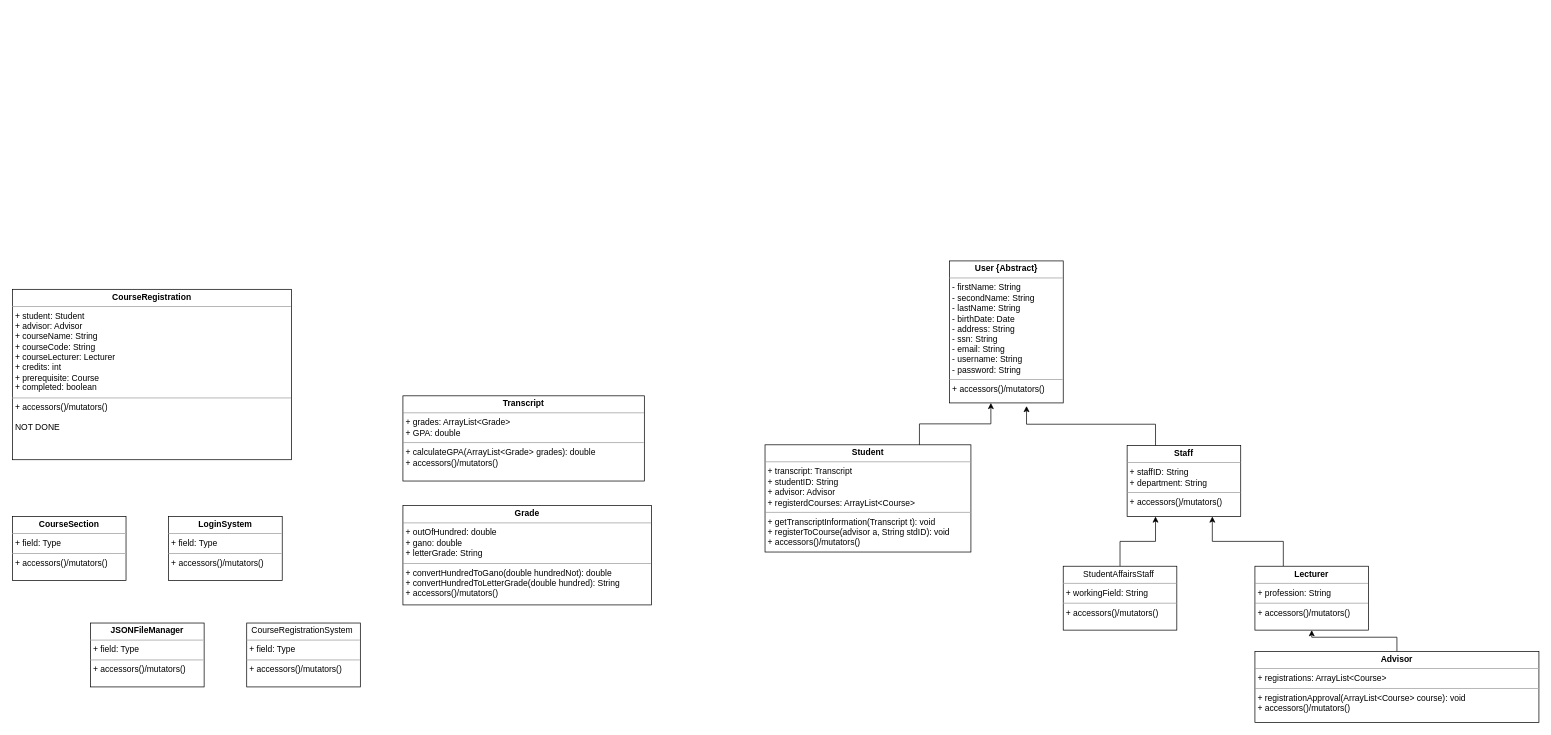
yigittuncer07/CSE3063F23P1_GRP9 keeps this draw.io diagram as Iteration_1/UML.drawio. Above is the earlier version. Source tidied: cells renumbered, new cells numbered last; positions are measured from the earlier drawing's top-left corner, leaving out a move shared by most shapes. Both pictures are drawn from the tidied source at 71%, with x=0, y=0 at pixel (12, 261).
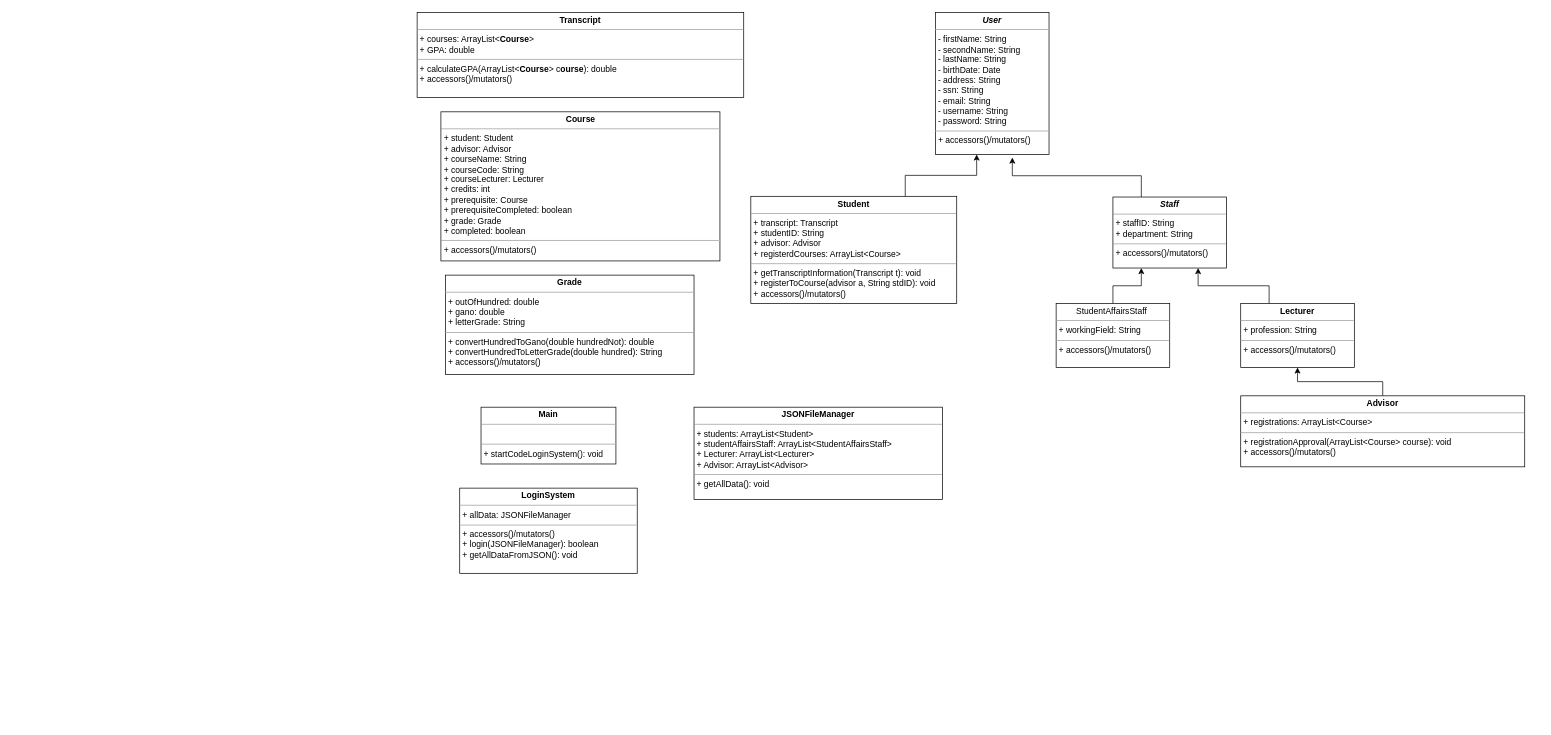
After the change.

Commit message:
UML diagram updated

Change to the diagram source:
```diff
@@
 <mxGraphModel>
   <root>
     <mxCell id="0" />
     <mxCell id="1" parent="0" />
-    <mxCell id="2" value="&lt;p style=&quot;margin:0px;margin-top:4px;text-align:center;&quot;&gt;&lt;b&gt;User {Abstract}&lt;/b&gt;&lt;/p&gt;&lt;hr size=&quot;1&quot;&gt;&lt;p style=&quot;margin:0px;margin-left:4px;&quot;&gt;- firstName: String&lt;/p&gt;&lt;p style=&quot;margin:0px;margin-left:4px;&quot;&gt;- secondName: String&lt;/p&gt;&lt;p style=&quot;margin:0px;margin-left:4px;&quot;&gt;-&amp;nbsp;&lt;span style=&quot;background-color: initial;&quot;&gt;lastName: String&lt;/span&gt;&lt;/p&gt;&lt;p style=&quot;border-color: var(--border-color); margin: 0px 0px 0px 4px;&quot;&gt;- birthDate: Date&lt;/p&gt;&lt;p style=&quot;margin:0px;margin-left:4px;&quot;&gt;- address: String&lt;/p&gt;&lt;p style=&quot;margin:0px;margin-left:4px;&quot;&gt;- ssn: String&lt;/p&gt;&lt;p style=&quot;margin:0px;margin-left:4px;&quot;&gt;- email: String&lt;/p&gt;&lt;p style=&quot;margin:0px;margin-left:4px;&quot;&gt;- username: String&lt;/p&gt;&lt;p style=&quot;margin:0px;margin-left:4px;&quot;&gt;- password: String&lt;/p&gt;&lt;hr size=&quot;1&quot;&gt;&lt;p style=&quot;margin:0px;margin-left:4px;&quot;&gt;+ accessors()/mutators()&lt;/p&gt;" style="verticalAlign=top;align=left;overflow=fill;fontSize=12;fontFamily=Helvetica;html=1;whiteSpace=wrap;" parent="1" vertex="1">
-      <mxGeometry x="1320" width="160" height="200" as="geometry" />
+    <mxCell id="2" value="&lt;p style=&quot;margin:0px;margin-top:4px;text-align:center;&quot;&gt;&lt;b&gt;&lt;i&gt;User&lt;/i&gt;&lt;/b&gt;&lt;/p&gt;&lt;hr size=&quot;1&quot;&gt;&lt;p style=&quot;margin:0px;margin-left:4px;&quot;&gt;- firstName: String&lt;/p&gt;&lt;p style=&quot;margin:0px;margin-left:4px;&quot;&gt;- secondName: String&lt;/p&gt;&lt;p style=&quot;margin:0px;margin-left:4px;&quot;&gt;-&amp;nbsp;&lt;span style=&quot;background-color: initial;&quot;&gt;lastName: String&lt;/span&gt;&lt;/p&gt;&lt;p style=&quot;border-color: var(--border-color); margin: 0px 0px 0px 4px;&quot;&gt;- birthDate: Date&lt;/p&gt;&lt;p style=&quot;margin:0px;margin-left:4px;&quot;&gt;- address: String&lt;/p&gt;&lt;p style=&quot;margin:0px;margin-left:4px;&quot;&gt;- ssn: String&lt;/p&gt;&lt;p style=&quot;margin:0px;margin-left:4px;&quot;&gt;- email: String&lt;/p&gt;&lt;p style=&quot;margin:0px;margin-left:4px;&quot;&gt;- username: String&lt;/p&gt;&lt;p style=&quot;margin:0px;margin-left:4px;&quot;&gt;- password: String&lt;/p&gt;&lt;hr size=&quot;1&quot;&gt;&lt;p style=&quot;margin:0px;margin-left:4px;&quot;&gt;+ accessors()/mutators()&lt;/p&gt;" style="verticalAlign=top;align=left;overflow=fill;fontSize=12;fontFamily=Helvetica;html=1;whiteSpace=wrap;" parent="1" vertex="1">
+      <mxGeometry x="1300" y="-350" width="160" height="200" as="geometry" />
     </mxCell>
     <mxCell id="3" value="&lt;p style=&quot;margin:0px;margin-top:4px;text-align:center;&quot;&gt;&lt;b&gt;Student&lt;/b&gt;&lt;/p&gt;&lt;hr size=&quot;1&quot;&gt;&lt;p style=&quot;margin:0px;margin-left:4px;&quot;&gt;+ transcript: Transcript&lt;/p&gt;&lt;p style=&quot;margin:0px;margin-left:4px;&quot;&gt;+ studentID: String&lt;/p&gt;&lt;p style=&quot;margin:0px;margin-left:4px;&quot;&gt;+ advisor: Advisor&lt;/p&gt;&lt;p style=&quot;margin:0px;margin-left:4px;&quot;&gt;+ registerdCourses: ArrayList&amp;lt;Course&amp;gt;&lt;/p&gt;&lt;hr size=&quot;1&quot;&gt;&lt;p style=&quot;margin:0px;margin-left:4px;&quot;&gt;+ getTranscriptInformation(Transcript t): void&lt;/p&gt;&lt;p style=&quot;margin:0px;margin-left:4px;&quot;&gt;&lt;span style=&quot;background-color: initial;&quot;&gt;+ registerToCourse(advisor a, String stdID): void&lt;/span&gt;&lt;/p&gt;&lt;p style=&quot;margin:0px;margin-left:4px;&quot;&gt;&lt;span style=&quot;background-color: initial;&quot;&gt;+ accessors()/mutators()&lt;/span&gt;&lt;br&gt;&lt;/p&gt;" style="verticalAlign=top;align=left;overflow=fill;fontSize=12;fontFamily=Helvetica;html=1;whiteSpace=wrap;" parent="1" vertex="1">
-      <mxGeometry x="1060" y="259" width="290" height="151" as="geometry" />
+      <mxGeometry x="1040" y="-91" width="290" height="151" as="geometry" />
     </mxCell>
     <mxCell id="4" style="edgeStyle=orthogonalEdgeStyle;rounded=0;jettySize=auto;html=1;exitX=0.5;exitY=0;exitDx=0;exitDy=0;entryX=0.5;entryY=1;entryDx=0;entryDy=0;" parent="1" edge="1" source="5" target="16">
       <mxGeometry relative="1" as="geometry" />
     </mxCell>
     <mxCell id="5" value="&lt;p style=&quot;margin:0px;margin-top:4px;text-align:center;&quot;&gt;&lt;b&gt;Advisor&lt;/b&gt;&lt;/p&gt;&lt;hr size=&quot;1&quot;&gt;&lt;p style=&quot;margin:0px;margin-left:4px;&quot;&gt;+ registrations: ArrayList&amp;lt;Course&amp;gt;&lt;/p&gt;&lt;hr size=&quot;1&quot;&gt;&lt;p style=&quot;margin:0px;margin-left:4px;&quot;&gt;+ registrationApproval(ArrayList&amp;lt;Course&amp;gt; course): void&lt;/p&gt;&lt;p style=&quot;margin:0px;margin-left:4px;&quot;&gt;+ accessors()/mutators()&lt;br&gt;&lt;/p&gt;" style="verticalAlign=top;align=left;overflow=fill;fontSize=12;fontFamily=Helvetica;html=1;whiteSpace=wrap;" parent="1" vertex="1">
-      <mxGeometry x="1750" y="550" width="400" height="100" as="geometry" />
+      <mxGeometry x="1730" y="190" width="400" height="100" as="geometry" />
     </mxCell>
-    <mxCell id="6" value="&lt;p style=&quot;margin:0px;margin-top:4px;text-align:center;&quot;&gt;&lt;b&gt;CourseRegistration&lt;/b&gt;&lt;/p&gt;&lt;hr size=&quot;1&quot;&gt;&lt;p style=&quot;margin:0px;margin-left:4px;&quot;&gt;+ student: Student&lt;/p&gt;&lt;p style=&quot;margin:0px;margin-left:4px;&quot;&gt;+ advisor: Advisor&lt;/p&gt;&lt;p style=&quot;margin:0px;margin-left:4px;&quot;&gt;+ courseName: String&lt;/p&gt;&lt;p style=&quot;margin:0px;margin-left:4px;&quot;&gt;+ courseCode: String&lt;/p&gt;&lt;p style=&quot;margin:0px;margin-left:4px;&quot;&gt;+ courseLecturer: Lecturer&lt;/p&gt;&lt;p style=&quot;margin:0px;margin-left:4px;&quot;&gt;+ credits: int&lt;/p&gt;&lt;p style=&quot;margin:0px;margin-left:4px;&quot;&gt;+ prerequisite: Course&lt;/p&gt;&lt;p style=&quot;margin:0px;margin-left:4px;&quot;&gt;+ completed: boolean&lt;/p&gt;&lt;hr size=&quot;1&quot;&gt;&lt;p style=&quot;margin:0px;margin-left:4px;&quot;&gt;+ accessors()/mutators()&lt;br&gt;&lt;/p&gt;&lt;p style=&quot;margin:0px;margin-left:4px;&quot;&gt;&lt;br&gt;&lt;/p&gt;&lt;p style=&quot;margin:0px;margin-left:4px;&quot;&gt;NOT DONE&lt;/p&gt;" style="verticalAlign=top;align=left;overflow=fill;fontSize=12;fontFamily=Helvetica;html=1;whiteSpace=wrap;" parent="1" vertex="1">
-      <mxGeometry y="40" width="393" height="240" as="geometry" />
+    <mxCell id="6" value="&lt;p style=&quot;margin:0px;margin-top:4px;text-align:center;&quot;&gt;&lt;b&gt;Course&lt;/b&gt;&lt;/p&gt;&lt;hr size=&quot;1&quot;&gt;&lt;p style=&quot;margin:0px;margin-left:4px;&quot;&gt;+ student: Student&lt;/p&gt;&lt;p style=&quot;margin:0px;margin-left:4px;&quot;&gt;+ advisor: Advisor&lt;/p&gt;&lt;p style=&quot;margin:0px;margin-left:4px;&quot;&gt;+ courseName: String&lt;/p&gt;&lt;p style=&quot;margin:0px;margin-left:4px;&quot;&gt;+ courseCode: String&lt;/p&gt;&lt;p style=&quot;margin:0px;margin-left:4px;&quot;&gt;+ courseLecturer: Lecturer&lt;/p&gt;&lt;p style=&quot;margin:0px;margin-left:4px;&quot;&gt;+ credits: int&lt;/p&gt;&lt;p style=&quot;margin:0px;margin-left:4px;&quot;&gt;+ prerequisite: Course&lt;/p&gt;&lt;p style=&quot;margin:0px;margin-left:4px;&quot;&gt;+ prerequisiteCompleted: boolean&lt;/p&gt;&lt;p style=&quot;margin:0px;margin-left:4px;&quot;&gt;+ grade: Grade&lt;/p&gt;&lt;p style=&quot;margin:0px;margin-left:4px;&quot;&gt;+ completed: boolean&lt;/p&gt;&lt;hr size=&quot;1&quot;&gt;&lt;p style=&quot;margin:0px;margin-left:4px;&quot;&gt;+ accessors()/mutators()&lt;/p&gt;" style="verticalAlign=top;align=left;overflow=fill;fontSize=12;fontFamily=Helvetica;html=1;whiteSpace=wrap;" parent="1" vertex="1">
+      <mxGeometry x="603.5" y="-210" width="393" height="210" as="geometry" />
     </mxCell>
-    <mxCell id="7" value="&lt;p style=&quot;margin:0px;margin-top:4px;text-align:center;&quot;&gt;CourseRegistrationSystem&amp;nbsp;&lt;br&gt;&lt;/p&gt;&lt;hr size=&quot;1&quot;&gt;&lt;p style=&quot;margin:0px;margin-left:4px;&quot;&gt;+ field: Type&lt;/p&gt;&lt;hr size=&quot;1&quot;&gt;&lt;p style=&quot;margin:0px;margin-left:4px;&quot;&gt;+ accessors()/mutators()&lt;br&gt;&lt;/p&gt;" style="verticalAlign=top;align=left;overflow=fill;fontSize=12;fontFamily=Helvetica;html=1;whiteSpace=wrap;" parent="1" vertex="1">
-      <mxGeometry x="330" y="510" width="160" height="90" as="geometry" />
-    </mxCell>
-    <mxCell id="8" value="&lt;p style=&quot;margin:0px;margin-top:4px;text-align:center;&quot;&gt;&lt;b&gt;Transcript&lt;/b&gt;&lt;/p&gt;&lt;hr size=&quot;1&quot;&gt;&lt;p style=&quot;margin:0px;margin-left:4px;&quot;&gt;&lt;span style=&quot;background-color: initial;&quot;&gt;+ grades: ArrayList&amp;lt;Grade&amp;gt;&lt;/span&gt;&lt;br&gt;&lt;/p&gt;&lt;p style=&quot;margin:0px;margin-left:4px;&quot;&gt;&lt;span style=&quot;background-color: initial;&quot;&gt;+ GPA: double&lt;/span&gt;&lt;/p&gt;&lt;hr size=&quot;1&quot;&gt;&lt;p style=&quot;margin:0px;margin-left:4px;&quot;&gt;+ calculateGPA(ArrayList&amp;lt;Grade&amp;gt; grades): double&lt;/p&gt;&lt;p style=&quot;margin:0px;margin-left:4px;&quot;&gt;+ accessors()/mutators()&lt;br&gt;&lt;/p&gt;" style="verticalAlign=top;align=left;overflow=fill;fontSize=12;fontFamily=Helvetica;html=1;whiteSpace=wrap;" parent="1" vertex="1">
-      <mxGeometry x="550" y="190" width="340" height="120" as="geometry" />
+    <mxCell id="8" value="&lt;p style=&quot;margin:0px;margin-top:4px;text-align:center;&quot;&gt;&lt;b&gt;Transcript&lt;/b&gt;&lt;/p&gt;&lt;hr size=&quot;1&quot;&gt;&lt;p style=&quot;margin:0px;margin-left:4px;&quot;&gt;+ courses: ArrayList&amp;lt;&lt;b style=&quot;border-color: var(--border-color); text-align: center;&quot;&gt;Course&lt;/b&gt;&lt;span style=&quot;background-color: initial;&quot;&gt;&amp;gt;&lt;/span&gt;&lt;br&gt;&lt;/p&gt;&lt;p style=&quot;margin:0px;margin-left:4px;&quot;&gt;&lt;span style=&quot;background-color: initial;&quot;&gt;+ GPA: double&lt;/span&gt;&lt;/p&gt;&lt;hr size=&quot;1&quot;&gt;&lt;p style=&quot;margin:0px;margin-left:4px;&quot;&gt;+ calculateGPA(ArrayList&amp;lt;&lt;b style=&quot;border-color: var(--border-color); text-align: center;&quot;&gt;Course&lt;/b&gt;&amp;gt; c&lt;b style=&quot;border-color: var(--border-color); text-align: center;&quot;&gt;ourse&lt;/b&gt;): double&lt;/p&gt;&lt;p style=&quot;margin:0px;margin-left:4px;&quot;&gt;+ accessors()/mutators()&lt;br&gt;&lt;/p&gt;" style="verticalAlign=top;align=left;overflow=fill;fontSize=12;fontFamily=Helvetica;html=1;whiteSpace=wrap;" parent="1" vertex="1">
+      <mxGeometry x="570" y="-350" width="460" height="120" as="geometry" />
     </mxCell>
     <mxCell id="9" value="&lt;p style=&quot;margin:0px;margin-top:4px;text-align:center;&quot;&gt;&lt;b&gt;Grade&lt;/b&gt;&lt;/p&gt;&lt;hr size=&quot;1&quot;&gt;&lt;p style=&quot;margin:0px;margin-left:4px;&quot;&gt;+ outOfHundred: double&lt;/p&gt;&lt;p style=&quot;margin:0px;margin-left:4px;&quot;&gt;+ gano: double&lt;/p&gt;&lt;p style=&quot;margin:0px;margin-left:4px;&quot;&gt;+ letterGrade: String&lt;/p&gt;&lt;hr size=&quot;1&quot;&gt;&lt;p style=&quot;margin:0px;margin-left:4px;&quot;&gt;+ convertHundredToGano(double hundredNot): double&lt;/p&gt;&lt;p style=&quot;margin:0px;margin-left:4px;&quot;&gt;+ convertHundredToLetterGrade(double hundred): String&lt;/p&gt;&lt;p style=&quot;margin:0px;margin-left:4px;&quot;&gt;+ accessors()/mutators()&lt;br&gt;&lt;/p&gt;" style="verticalAlign=top;align=left;overflow=fill;fontSize=12;fontFamily=Helvetica;html=1;whiteSpace=wrap;" parent="1" vertex="1">
-      <mxGeometry x="550" y="344.5" width="350" height="140" as="geometry" />
+      <mxGeometry x="610" y="20" width="350" height="140" as="geometry" />
     </mxCell>
-    <mxCell id="10" value="&lt;p style=&quot;margin:0px;margin-top:4px;text-align:center;&quot;&gt;&lt;b&gt;JSONFileManager&lt;/b&gt;&lt;/p&gt;&lt;hr size=&quot;1&quot;&gt;&lt;p style=&quot;margin:0px;margin-left:4px;&quot;&gt;+ field: Type&lt;/p&gt;&lt;hr size=&quot;1&quot;&gt;&lt;p style=&quot;margin:0px;margin-left:4px;&quot;&gt;+ accessors()/mutators()&lt;br&gt;&lt;/p&gt;" style="verticalAlign=top;align=left;overflow=fill;fontSize=12;fontFamily=Helvetica;html=1;whiteSpace=wrap;" parent="1" vertex="1">
-      <mxGeometry x="110" y="510" width="160" height="90" as="geometry" />
-    </mxCell>
     <mxCell id="11" style="edgeStyle=orthogonalEdgeStyle;rounded=0;jettySize=auto;html=1;exitX=0.75;exitY=0;exitDx=0;exitDy=0;entryX=0.363;entryY=1;entryDx=0;entryDy=0;entryPerimeter=0;" parent="1" edge="1" source="3" target="2">
       <mxGeometry relative="1" as="geometry" />
     </mxCell>
-    <mxCell id="12" value="&lt;p style=&quot;margin:0px;margin-top:4px;text-align:center;&quot;&gt;&lt;b&gt;CourseSection&lt;/b&gt;&lt;/p&gt;&lt;hr size=&quot;1&quot;&gt;&lt;p style=&quot;margin:0px;margin-left:4px;&quot;&gt;+ field: Type&lt;/p&gt;&lt;hr size=&quot;1&quot;&gt;&lt;p style=&quot;margin:0px;margin-left:4px;&quot;&gt;+ accessors()/mutators()&lt;br&gt;&lt;/p&gt;" style="verticalAlign=top;align=left;overflow=fill;fontSize=12;fontFamily=Helvetica;html=1;whiteSpace=wrap;" parent="1" vertex="1">
-      <mxGeometry y="360" width="160" height="90" as="geometry" />
-    </mxCell>
-    <mxCell id="13" value="&lt;p style=&quot;margin:0px;margin-top:4px;text-align:center;&quot;&gt;&lt;b&gt;Staff&lt;/b&gt;&lt;/p&gt;&lt;hr size=&quot;1&quot;&gt;&lt;p style=&quot;margin:0px;margin-left:4px;&quot;&gt;+ staffID: String&lt;/p&gt;&lt;p style=&quot;margin:0px;margin-left:4px;&quot;&gt;+ department: String&lt;/p&gt;&lt;hr size=&quot;1&quot;&gt;&lt;p style=&quot;margin:0px;margin-left:4px;&quot;&gt;+ accessors()/mutators()&lt;br&gt;&lt;/p&gt;" style="verticalAlign=top;align=left;overflow=fill;fontSize=12;fontFamily=Helvetica;html=1;whiteSpace=wrap;" parent="1" vertex="1">
-      <mxGeometry x="1570" y="260" width="160" height="100" as="geometry" />
+    <mxCell id="13" value="&lt;p style=&quot;margin:0px;margin-top:4px;text-align:center;&quot;&gt;&lt;b&gt;&lt;i&gt;Staff&lt;/i&gt;&lt;/b&gt;&lt;/p&gt;&lt;hr size=&quot;1&quot;&gt;&lt;p style=&quot;margin:0px;margin-left:4px;&quot;&gt;+ staffID: String&lt;/p&gt;&lt;p style=&quot;margin:0px;margin-left:4px;&quot;&gt;+ department: String&lt;/p&gt;&lt;hr size=&quot;1&quot;&gt;&lt;p style=&quot;margin:0px;margin-left:4px;&quot;&gt;+ accessors()/mutators()&lt;br&gt;&lt;/p&gt;" style="verticalAlign=top;align=left;overflow=fill;fontSize=12;fontFamily=Helvetica;html=1;whiteSpace=wrap;" parent="1" vertex="1">
+      <mxGeometry x="1550" y="-90" width="160" height="100" as="geometry" />
     </mxCell>
     <mxCell id="14" style="edgeStyle=orthogonalEdgeStyle;rounded=0;jettySize=auto;html=1;exitX=0.25;exitY=0;exitDx=0;exitDy=0;entryX=0.677;entryY=1.022;entryDx=0;entryDy=0;entryPerimeter=0;" parent="1" edge="1" source="13" target="2">
       <mxGeometry relative="1" as="geometry" />
     </mxCell>
     <mxCell id="15" style="edgeStyle=orthogonalEdgeStyle;rounded=0;jettySize=auto;html=1;exitX=0.25;exitY=0;exitDx=0;exitDy=0;entryX=0.75;entryY=1;entryDx=0;entryDy=0;" parent="1" edge="1" source="16" target="13">
       <mxGeometry relative="1" as="geometry" />
     </mxCell>
     <mxCell id="16" value="&lt;p style=&quot;margin:0px;margin-top:4px;text-align:center;&quot;&gt;&lt;b&gt;Lecturer&lt;/b&gt;&lt;/p&gt;&lt;hr size=&quot;1&quot;&gt;&lt;p style=&quot;margin:0px;margin-left:4px;&quot;&gt;+&amp;nbsp;profession: String&lt;/p&gt;&lt;hr size=&quot;1&quot;&gt;&lt;p style=&quot;margin:0px;margin-left:4px;&quot;&gt;+ accessors()/mutators()&lt;br&gt;&lt;/p&gt;" style="verticalAlign=top;align=left;overflow=fill;fontSize=12;fontFamily=Helvetica;html=1;whiteSpace=wrap;" parent="1" vertex="1">
-      <mxGeometry x="1750" y="430" width="160" height="90" as="geometry" />
+      <mxGeometry x="1730" y="60" width="160" height="90" as="geometry" />
     </mxCell>
-    <mxCell id="17" value="&lt;p style=&quot;margin:0px;margin-top:4px;text-align:center;&quot;&gt;&lt;b&gt;LoginSystem&lt;/b&gt;&lt;/p&gt;&lt;hr size=&quot;1&quot;&gt;&lt;p style=&quot;margin:0px;margin-left:4px;&quot;&gt;+ field: Type&lt;/p&gt;&lt;hr size=&quot;1&quot;&gt;&lt;p style=&quot;margin:0px;margin-left:4px;&quot;&gt;+ accessors()/mutators()&lt;br&gt;&lt;/p&gt;" style="verticalAlign=top;align=left;overflow=fill;fontSize=12;fontFamily=Helvetica;html=1;whiteSpace=wrap;" parent="1" vertex="1">
-      <mxGeometry x="220" y="360" width="160" height="90" as="geometry" />
+    <mxCell id="17" value="&lt;p style=&quot;margin:0px;margin-top:4px;text-align:center;&quot;&gt;&lt;b&gt;LoginSystem&lt;/b&gt;&lt;/p&gt;&lt;hr size=&quot;1&quot;&gt;&lt;p style=&quot;margin:0px;margin-left:4px;&quot;&gt;+ allData: JSONFileManager&lt;/p&gt;&lt;hr size=&quot;1&quot;&gt;&lt;p style=&quot;margin:0px;margin-left:4px;&quot;&gt;+ accessors()/mutators()&lt;br&gt;&lt;/p&gt;&lt;p style=&quot;margin:0px;margin-left:4px;&quot;&gt;+ login(JSONFileManager): boolean&lt;/p&gt;&lt;p style=&quot;margin:0px;margin-left:4px;&quot;&gt;+ getAllDataFromJSON(): void&lt;br&gt;&lt;/p&gt;" style="verticalAlign=top;align=left;overflow=fill;fontSize=12;fontFamily=Helvetica;html=1;whiteSpace=wrap;" parent="1" vertex="1">
+      <mxGeometry x="630" y="320" width="250" height="120" as="geometry" />
     </mxCell>
     <mxCell id="18" style="edgeStyle=orthogonalEdgeStyle;rounded=0;jettySize=auto;html=1;exitX=0.5;exitY=0;exitDx=0;exitDy=0;entryX=0.25;entryY=1;entryDx=0;entryDy=0;" parent="1" edge="1" source="19" target="13">
       <mxGeometry relative="1" as="geometry" />
     </mxCell>
     <mxCell id="19" value="&lt;p style=&quot;margin:0px;margin-top:4px;text-align:center;&quot;&gt;StudentAffairsStaff&amp;nbsp;&lt;br&gt;&lt;/p&gt;&lt;hr size=&quot;1&quot;&gt;&lt;p style=&quot;margin:0px;margin-left:4px;&quot;&gt;+&amp;nbsp;workingField: String&lt;/p&gt;&lt;hr size=&quot;1&quot;&gt;&lt;p style=&quot;margin:0px;margin-left:4px;&quot;&gt;+ accessors()/mutators()&lt;br&gt;&lt;/p&gt;" style="verticalAlign=top;align=left;overflow=fill;fontSize=12;fontFamily=Helvetica;html=1;whiteSpace=wrap;" parent="1" vertex="1">
-      <mxGeometry x="1480" y="430" width="160" height="90" as="geometry" />
+      <mxGeometry x="1470" y="60" width="160" height="90" as="geometry" />
     </mxCell>
+    <mxCell id="20" value="&lt;p style=&quot;margin:0px;margin-top:4px;text-align:center;&quot;&gt;&lt;b&gt;Main&lt;/b&gt;&lt;/p&gt;&lt;hr size=&quot;1&quot;&gt;&lt;p style=&quot;margin:0px;margin-left:4px;&quot;&gt;&lt;br&gt;&lt;/p&gt;&lt;hr size=&quot;1&quot;&gt;&lt;p style=&quot;margin:0px;margin-left:4px;&quot;&gt;+ startCodeLoginSystem(): void&lt;/p&gt;" style="verticalAlign=top;align=left;overflow=fill;fontSize=12;fontFamily=Helvetica;html=1;whiteSpace=wrap;" parent="1" vertex="1">
+      <mxGeometry x="660" y="206" width="190" height="80" as="geometry" />
+    </mxCell>
+    <mxCell id="21" value="&lt;p style=&quot;margin:0px;margin-top:4px;text-align:center;&quot;&gt;&lt;b&gt;JSONFileManager&lt;/b&gt;&lt;/p&gt;&lt;hr size=&quot;1&quot;&gt;&lt;p style=&quot;margin:0px;margin-left:4px;&quot;&gt;+ students: ArrayList&amp;lt;Student&amp;gt;&lt;/p&gt;&lt;p style=&quot;margin:0px;margin-left:4px;&quot;&gt;+ studentAffairsStaff: ArrayList&amp;lt;StudentAffairsStaff&amp;gt;&lt;/p&gt;&lt;p style=&quot;margin:0px;margin-left:4px;&quot;&gt;+ Lecturer: ArrayList&amp;lt;Lecturer&amp;gt;&lt;/p&gt;&lt;p style=&quot;margin:0px;margin-left:4px;&quot;&gt;+ Advisor: ArrayList&amp;lt;Advisor&amp;gt;&lt;/p&gt;&lt;hr size=&quot;1&quot;&gt;&lt;p style=&quot;margin:0px;margin-left:4px;&quot;&gt;+ getAllData(): void&lt;/p&gt;" style="verticalAlign=top;align=left;overflow=fill;fontSize=12;fontFamily=Helvetica;html=1;whiteSpace=wrap;" parent="1" vertex="1">
+      <mxGeometry x="960" y="206" width="350" height="130" as="geometry" />
+    </mxCell>
   </root>
 </mxGraphModel>
```
